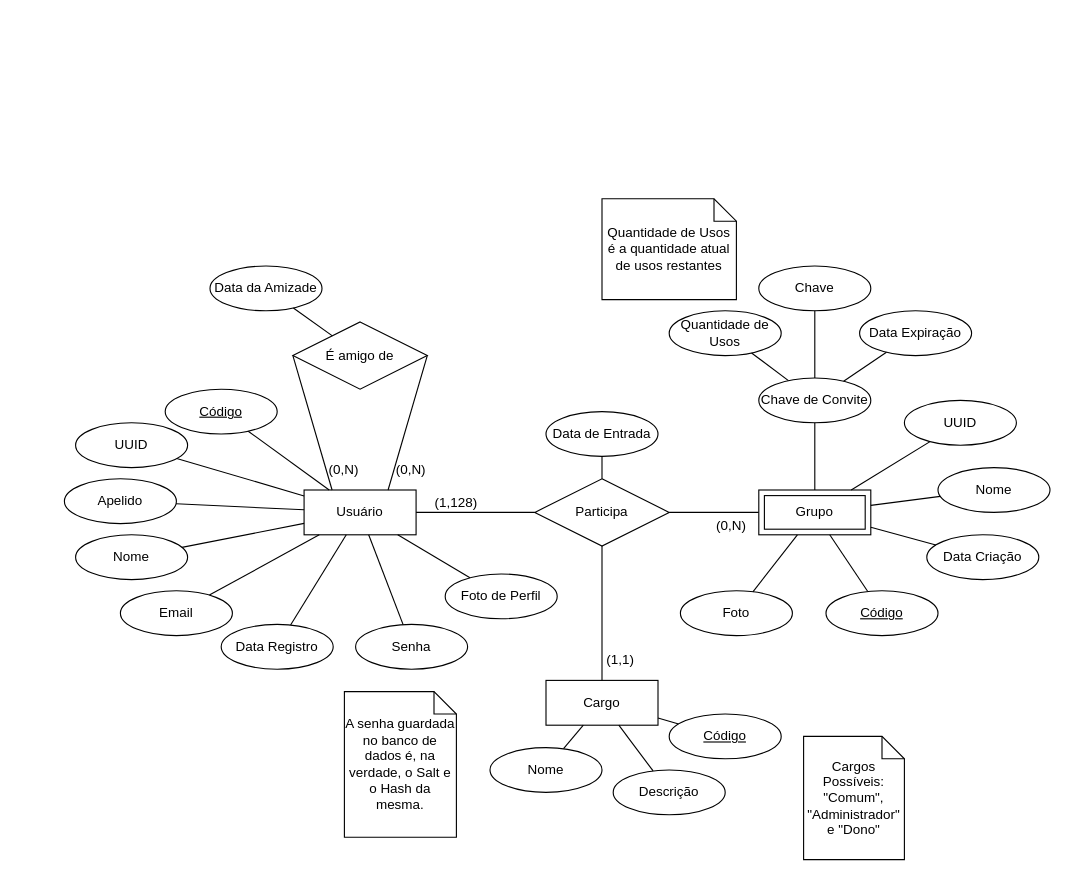
Earlier version of the draw.io diagram docs/drawio/MERConchat.drawio (otreek11/Conchat). Source tidied: cells renumbered, new cells numbered last; positions are measured from the earlier drawing's top-left corner, leaving out a move shared by most shapes. Both pictures are drawn from the tidied source at 112%, with x=0, y=0 at pixel (64, 198).
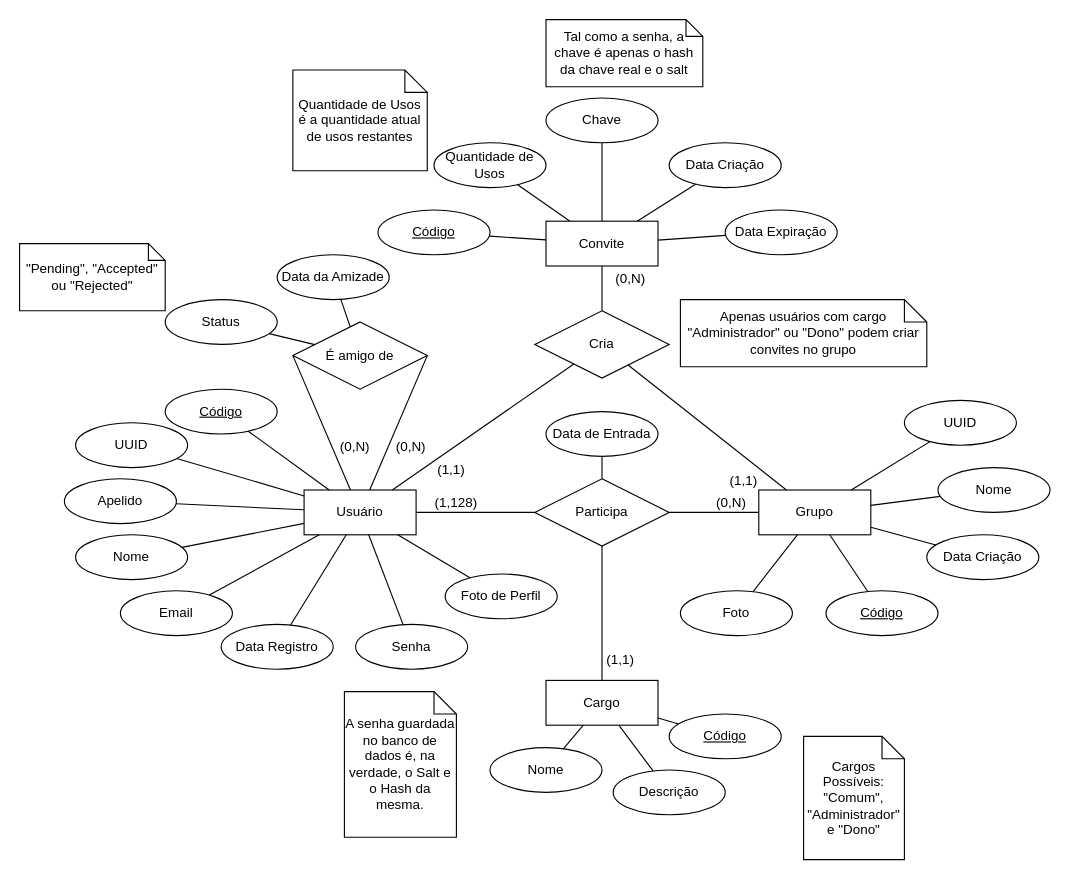
After the change.

Unchanged cells that the change refers to:
```xml
<mxCell id="2" value="Usuário" style="whiteSpace=wrap;html=1;align=center;" parent="1" vertex="1">
  <mxGeometry x="214" y="260" width="100" height="40" as="geometry" />
</mxCell>
<mxCell id="3" value="É amigo de" style="shape=rhombus;perimeter=rhombusPerimeter;whiteSpace=wrap;html=1;align=center;" parent="1" vertex="1">
  <mxGeometry x="204" y="110" width="120" height="60" as="geometry" />
</mxCell>
<mxCell id="26" style="endArrow=none;html=1;rounded=0;" parent="1" edge="1" source="28" target="23">
  <mxGeometry relative="1" as="geometry" />
</mxCell>
```

Diff of the diagram source:
```diff
@@
-    <mxCell id="17" style="endArrow=none;html=1;rounded=0;exitX=1;exitY=0.5;exitDx=0;exitDy=0;entryX=0.75;entryY=0;entryDx=0;entryDy=0;" parent="1" edge="1" source="3" target="2">
+    <mxCell id="17" style="endArrow=none;html=1;rounded=0;exitX=1;exitY=0.5;exitDx=0;exitDy=0;" parent="1" edge="1" source="3" target="2">
       <mxGeometry relative="1" as="geometry" />
     </mxCell>
     <mxCell id="18" value="(0,N)" style="html=1;whiteSpace=wrap;align=right;verticalAlign=bottom;" parent="17" vertex="1">
       <mxGeometry x="1" relative="1" as="geometry">
-        <mxPoint x="35" y="-10" as="offset" />
+        <mxPoint x="52" y="-30" as="offset" />
       </mxGeometry>
     </mxCell>
-    <mxCell id="19" style="endArrow=none;html=1;rounded=0;exitX=0;exitY=0.5;exitDx=0;exitDy=0;entryX=0.25;entryY=0;entryDx=0;entryDy=0;" parent="1" edge="1" source="3" target="2">
+    <mxCell id="19" style="endArrow=none;html=1;rounded=0;exitX=0;exitY=0.5;exitDx=0;exitDy=0;" parent="1" edge="1" source="3" target="2">
       <mxGeometry relative="1" as="geometry" />
     </mxCell>
     <mxCell id="20" value="(0,N)" style="html=1;whiteSpace=wrap;align=right;verticalAlign=bottom;" parent="19" vertex="1">
       <mxGeometry x="1" relative="1" as="geometry">
-        <mxPoint x="25" y="-10" as="offset" />
+        <mxPoint x="18" y="-30" as="offset" />
       </mxGeometry>
     </mxCell>
     <mxCell id="21" value="Data da Amizade" style="ellipse;whiteSpace=wrap;html=1;align=center;" parent="1" vertex="1">
-      <mxGeometry x="130" y="60" width="100" height="40" as="geometry" />
+      <mxGeometry x="190" y="50" width="100" height="40" as="geometry" />
     </mxCell>
@@
     <mxCell id="27" value="&lt;div&gt;(0,N)&lt;/div&gt;" style="html=1;whiteSpace=wrap;align=right;verticalAlign=bottom;" parent="26" vertex="1">
       <mxGeometry x="1" relative="1" as="geometry">
-        <mxPoint x="70" y="20" as="offset" />
+        <mxPoint x="70" as="offset" />
       </mxGeometry>
     </mxCell>
-    <mxCell id="28" value="Grupo" style="shape=ext;margin=3;double=1;whiteSpace=wrap;html=1;align=center;" parent="1" vertex="1">
-      <mxGeometry x="620" y="260" width="100" height="40" as="geometry" />
-    </mxCell>
@@
-    <mxCell id="39" value="Chave de Convite" style="ellipse;whiteSpace=wrap;html=1;align=center;" parent="1" vertex="1">
-      <mxGeometry x="620" y="160" width="100" height="40" as="geometry" />
-    </mxCell>
     <mxCell id="40" value="Quantidade de Usos" style="ellipse;whiteSpace=wrap;html=1;align=center;" parent="1" vertex="1">
-      <mxGeometry x="540" y="100" width="100" height="40" as="geometry" />
+      <mxGeometry x="330" y="-50" width="100" height="40" as="geometry" />
     </mxCell>
     <mxCell id="41" value="Chave" style="ellipse;whiteSpace=wrap;html=1;align=center;" parent="1" vertex="1">
-      <mxGeometry x="620" y="60" width="100" height="40" as="geometry" />
+      <mxGeometry x="430" y="-90" width="100" height="40" as="geometry" />
     </mxCell>
-    <mxCell id="42" style="endArrow=none;html=1;rounded=0;" parent="1" edge="1" source="39" target="28">
-      <mxGeometry relative="1" as="geometry" />
-    </mxCell>
-    <mxCell id="43" style="endArrow=none;html=1;rounded=0;" parent="1" edge="1" source="40" target="39">
+    <mxCell id="43" style="endArrow=none;html=1;rounded=0;" parent="1" edge="1" source="40" target="64">
       <mxGeometry relative="1" as="geometry" />
     </mxCell>
-    <mxCell id="44" style="endArrow=none;html=1;rounded=0;" parent="1" edge="1" source="41" target="39">
+    <mxCell id="44" style="endArrow=none;html=1;rounded=0;" parent="1" edge="1" source="41" target="64">
       <mxGeometry relative="1" as="geometry" />
     </mxCell>
-    <mxCell id="45" value="Data Expiração" style="ellipse;whiteSpace=wrap;html=1;align=center;" parent="1" vertex="1">
-      <mxGeometry x="710" y="100" width="100" height="40" as="geometry" />
+    <mxCell id="45" value="Data Criação" style="ellipse;whiteSpace=wrap;html=1;align=center;" parent="1" vertex="1">
+      <mxGeometry x="540" y="-50" width="100" height="40" as="geometry" />
     </mxCell>
-    <mxCell id="46" style="endArrow=none;html=1;rounded=0;" parent="1" edge="1" source="45" target="39">
+    <mxCell id="46" style="endArrow=none;html=1;rounded=0;" parent="1" edge="1" source="45" target="64">
       <mxGeometry relative="1" as="geometry" />
     </mxCell>
@@
     <mxCell id="63" value="Quantidade de Usos é a quantidade atual de usos restantes" style="shape=note;size=20;whiteSpace=wrap;html=1;" parent="1" vertex="1">
-      <mxGeometry x="480" width="120" height="90" as="geometry" />
+      <mxGeometry x="204" y="-115" width="120" height="90" as="geometry" />
     </mxCell>
+    <mxCell id="28" value="Grupo" style="whiteSpace=wrap;html=1;align=center;" parent="1" vertex="1">
+      <mxGeometry x="620" y="260" width="100" height="40" as="geometry" />
+    </mxCell>
+    <mxCell id="64" value="Convite" style="whiteSpace=wrap;html=1;align=center;" parent="1" vertex="1">
+      <mxGeometry x="430" y="20" width="100" height="40" as="geometry" />
+    </mxCell>
+    <mxCell id="65" value="Cria" style="shape=rhombus;perimeter=rhombusPerimeter;whiteSpace=wrap;html=1;align=center;" parent="1" vertex="1">
+      <mxGeometry x="420" y="100" width="120" height="60" as="geometry" />
+    </mxCell>
+    <mxCell id="66" style="endArrow=none;html=1;rounded=0;" parent="1" edge="1" source="65" target="2">
+      <mxGeometry relative="1" as="geometry" />
+    </mxCell>
+    <mxCell id="67" value="(1,1)" style="html=1;whiteSpace=wrap;align=right;verticalAlign=bottom;" parent="66" vertex="1">
+      <mxGeometry x="1" relative="1" as="geometry">
+        <mxPoint x="66" y="-10" as="offset" />
+      </mxGeometry>
+    </mxCell>
+    <mxCell id="68" style="endArrow=none;html=1;rounded=0;" parent="1" edge="1" source="28" target="65">
+      <mxGeometry relative="1" as="geometry" />
+    </mxCell>
+    <mxCell id="69" value="&lt;div&gt;(1,1)&lt;/div&gt;" style="html=1;whiteSpace=wrap;align=right;verticalAlign=bottom;" parent="68" vertex="1">
+      <mxGeometry x="1" relative="1" as="geometry">
+        <mxPoint x="117" y="112" as="offset" />
+      </mxGeometry>
+    </mxCell>
+    <mxCell id="70" style="endArrow=none;html=1;rounded=0;" parent="1" edge="1" source="65" target="64">
+      <mxGeometry relative="1" as="geometry" />
+    </mxCell>
+    <mxCell id="71" value="&lt;div&gt;(0,N)&lt;/div&gt;" style="html=1;whiteSpace=wrap;align=right;verticalAlign=bottom;" parent="70" vertex="1">
+      <mxGeometry x="1" relative="1" as="geometry">
+        <mxPoint x="40" y="20" as="offset" />
+      </mxGeometry>
+    </mxCell>
+    <mxCell id="72" value="Código" style="ellipse;whiteSpace=wrap;html=1;align=center;fontStyle=4;" parent="1" vertex="1">
+      <mxGeometry x="280" y="10" width="100" height="40" as="geometry" />
+    </mxCell>
+    <mxCell id="73" style="endArrow=none;html=1;rounded=0;fontStyle=1;" parent="1" edge="1" source="64" target="72">
+      <mxGeometry relative="1" as="geometry" />
+    </mxCell>
+    <mxCell id="74" value="Data Expiração" style="ellipse;whiteSpace=wrap;html=1;align=center;" parent="1" vertex="1">
+      <mxGeometry x="590" y="10" width="100" height="40" as="geometry" />
+    </mxCell>
+    <mxCell id="75" style="endArrow=none;html=1;rounded=0;" parent="1" edge="1" source="74" target="64">
+      <mxGeometry relative="1" as="geometry" />
+    </mxCell>
+    <mxCell id="76" value="Apenas usuários com cargo &quot;Administrador&quot; ou &quot;Dono&quot; podem criar convites no grupo" style="shape=note;size=20;whiteSpace=wrap;html=1;" parent="1" vertex="1">
+      <mxGeometry x="550" y="90" width="220" height="60" as="geometry" />
+    </mxCell>
+    <mxCell id="77" value="Status" style="ellipse;whiteSpace=wrap;html=1;align=center;" parent="1" vertex="1">
+      <mxGeometry x="90" y="90" width="100" height="40" as="geometry" />
+    </mxCell>
+    <mxCell id="78" style="endArrow=none;html=1;rounded=0;fontStyle=1;" parent="1" edge="1" source="3" target="77">
+      <mxGeometry relative="1" as="geometry" />
+    </mxCell>
+    <mxCell id="79" value="&quot;Pending&quot;, &quot;Accepted&quot; ou &quot;Rejected&quot;" style="shape=note;size=15;whiteSpace=wrap;html=1;" parent="1" vertex="1">
+      <mxGeometry x="-40" y="40" width="130" height="60" as="geometry" />
+    </mxCell>
+    <mxCell id="80" value="Tal como a senha, a chave é apenas o hash da chave real e o salt" style="shape=note;size=15;whiteSpace=wrap;html=1;" parent="1" vertex="1">
+      <mxGeometry x="430" y="-160" width="140" height="60" as="geometry" />
+    </mxCell>
```
